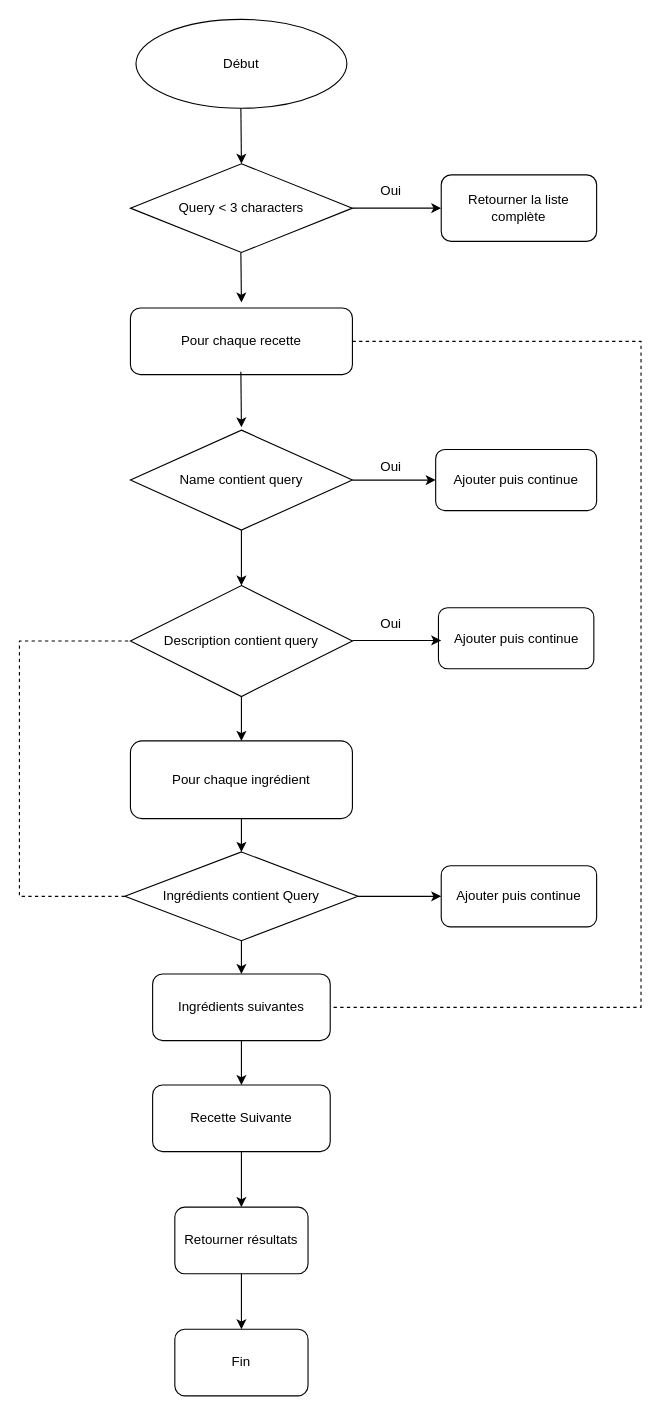
Above: drawio/Boucles_natives _schema.drawio in romaindsf/developpez_un_algorithme_de_recherche_en_javaScript (draw.io), before the change. Source tidied: cells renumbered, new cells numbered last; positions are measured from the earlier drawing's top-left corner, leaving out a move shared by most shapes. Both pictures are drawn from the tidied source at 111%, with x=0, y=0 at pixel (19, 19).
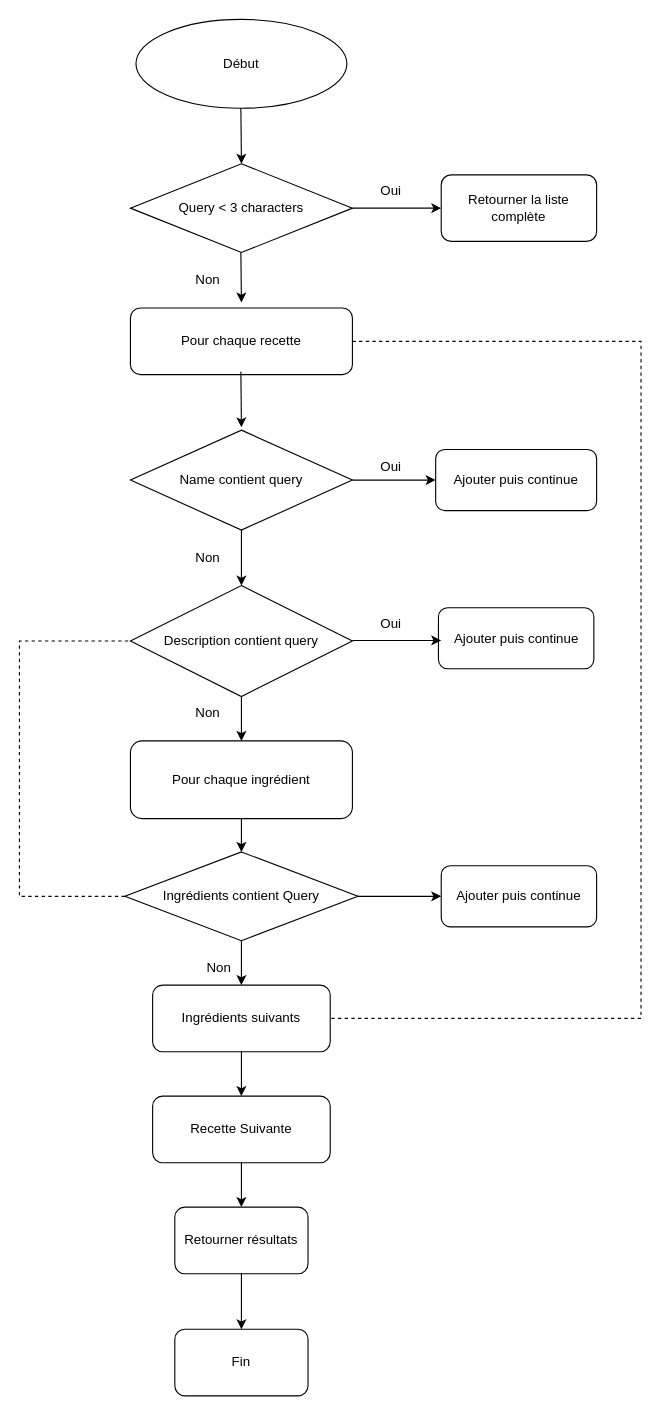
The same page after the edit.

The change refers to these unchanged cells:
```xml
<mxCell id="7" value="Pour chaque recette" style="rounded=1;whiteSpace=wrap;html=1;" parent="1" vertex="1">
  <mxGeometry x="100" y="260" width="200" height="60" as="geometry" />
</mxCell>
```

The edit, as a diff of the source:
```diff
@@
-    <mxCell id="25" value="Ingrédients suivantes" style="rounded=1;whiteSpace=wrap;html=1;" parent="1" vertex="1">
-      <mxGeometry x="120" y="860" width="160" height="60" as="geometry" />
+    <mxCell id="25" value="Ingrédients suivants" style="rounded=1;whiteSpace=wrap;html=1;" parent="1" vertex="1">
+      <mxGeometry x="120" y="870" width="160" height="60" as="geometry" />
     </mxCell>
     <mxCell id="26" value="&lt;div&gt;Recette Suivante&lt;/div&gt;" style="rounded=1;whiteSpace=wrap;html=1;" parent="1" vertex="1">
-      <mxGeometry x="120" y="960" width="160" height="60" as="geometry" />
+      <mxGeometry x="120" y="970" width="160" height="60" as="geometry" />
     </mxCell>
@@
     <mxCell id="34" style="endArrow=none;dashed=1;html=1;rounded=0;exitX=1;exitY=0.5;exitDx=0;exitDy=0;entryX=1;entryY=0.5;entryDx=0;entryDy=0;" parent="1" edge="1" source="7" target="25">
       <mxGeometry relative="1" as="geometry">
         <Array as="points">
           <mxPoint x="560" y="290" />
-          <mxPoint x="560" y="890" />
+          <mxPoint x="560" y="900" />
         </Array>
       </mxGeometry>
     </mxCell>
@@
+    <mxCell id="38" value="Non" style="text;html=1;whiteSpace=wrap;strokeColor=none;fillColor=none;align=center;verticalAlign=middle;rounded=0;" parent="1" vertex="1">
+      <mxGeometry x="140" y="220" width="60" height="30" as="geometry" />
+    </mxCell>
+    <mxCell id="39" value="Non" style="text;html=1;whiteSpace=wrap;strokeColor=none;fillColor=none;align=center;verticalAlign=middle;rounded=0;" parent="1" vertex="1">
+      <mxGeometry x="140" y="470" width="60" height="30" as="geometry" />
+    </mxCell>
+    <mxCell id="40" value="Non" style="text;html=1;whiteSpace=wrap;strokeColor=none;fillColor=none;align=center;verticalAlign=middle;rounded=0;" parent="1" vertex="1">
+      <mxGeometry x="140" y="610" width="60" height="30" as="geometry" />
+    </mxCell>
+    <mxCell id="41" value="Non" style="text;html=1;whiteSpace=wrap;strokeColor=none;fillColor=none;align=center;verticalAlign=middle;rounded=0;" parent="1" vertex="1">
+      <mxGeometry x="150" y="840" width="60" height="30" as="geometry" />
+    </mxCell>
```
